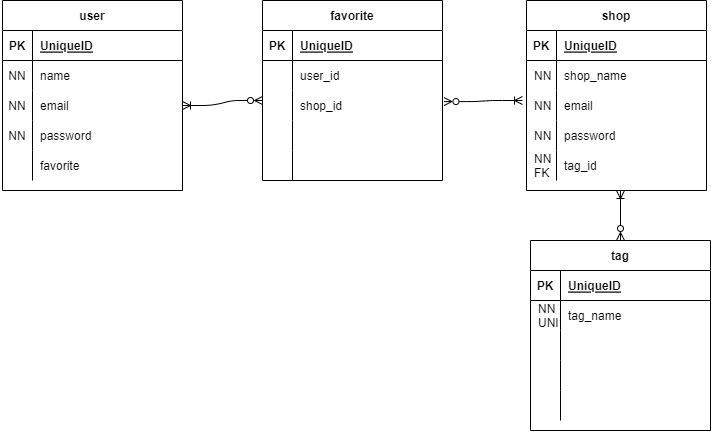
The draw.io diagram ER.dio.png in MISAKI0512/Restaurant_Reservation_Services, before a commit. Source tidied: cells renumbered, new cells last; positions are measured from the earlier drawing's top-left corner, leaving out a move shared by most shapes.
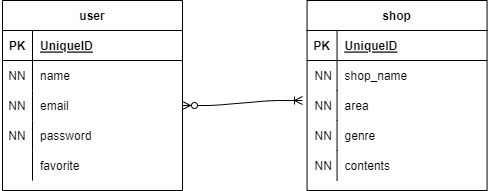
Above is the later version.

The edit, as a diff of the source:
```diff
@@ -3,7 +3,7 @@
     <mxCell id="0" />
     <mxCell id="1" parent="0" />
     <mxCell id="2" value="user" style="shape=table;startSize=30;rowLines=0;fontStyle=1;align=center;" parent="1" vertex="1">
-      <mxGeometry x="2" width="180" height="190" as="geometry" />
+      <mxGeometry x="221.4" width="180" height="190" as="geometry" />
     </mxCell>
     <mxCell id="3" style="shape=partialRectangle;fillColor=none;top=0;left=0;bottom=1;right=0;" parent="2" vertex="1">
       <mxGeometry y="30" width="180" height="30" as="geometry" />
@@ -51,7 +51,7 @@
       <mxGeometry x="30" width="150" height="30" as="geometry" />
     </mxCell>
     <mxCell id="18" style="shape=partialRectangle;fillColor=none;top=0;left=0;bottom=0;right=0;" parent="1" vertex="1">
-      <mxGeometry x="2" y="60" width="30" height="30" as="geometry" />
+      <mxGeometry x="221.4" y="60" width="30" height="30" as="geometry" />
     </mxCell>
     <mxCell id="19" style="shape=partialRectangle;fillColor=none;top=0;left=0;bottom=0;right=0;overflow=hidden;" parent="18" vertex="1">
       <mxGeometry width="5" height="30" as="geometry" />
@@ -60,10 +60,10 @@
       <mxGeometry x="-1.7" width="31.7" height="30" as="geometry" />
     </mxCell>
     <mxCell id="21" value="NN" style="shape=partialRectangle;fillColor=none;top=0;left=0;bottom=0;right=0;align=left;spacingLeft=6;overflow=hidden;" parent="1" vertex="1">
-      <mxGeometry x="0.3" y="90" width="31.7" height="30" as="geometry" />
+      <mxGeometry x="219.7" y="90" width="31.7" height="30" as="geometry" />
     </mxCell>
     <mxCell id="22" value="NN" style="shape=partialRectangle;fillColor=none;top=0;left=0;bottom=0;right=0;align=left;spacingLeft=6;overflow=hidden;" parent="1" vertex="1">
-      <mxGeometry x="0.3" y="120" width="31.7" height="30" as="geometry" />
+      <mxGeometry x="219.7" y="120" width="31.7" height="30" as="geometry" />
     </mxCell>
     <mxCell id="23" value="shop" style="shape=table;startSize=30;rowLines=0;fontStyle=1;align=center;" parent="1" vertex="1">
       <mxGeometry x="526" width="180" height="190" as="geometry" />
@@ -92,7 +92,7 @@
     <mxCell id="31" style="shape=partialRectangle;fillColor=none;top=0;left=0;bottom=0;right=0;overflow=hidden;" parent="30" vertex="1">
       <mxGeometry width="30" height="30" as="geometry" />
     </mxCell>
-    <mxCell id="32" value="email" style="shape=partialRectangle;fillColor=none;top=0;left=0;bottom=0;right=0;align=left;spacingLeft=6;overflow=hidden;" parent="30" vertex="1">
+    <mxCell id="32" value="area" style="shape=partialRectangle;fillColor=none;top=0;left=0;bottom=0;right=0;align=left;spacingLeft=6;overflow=hidden;" parent="30" vertex="1">
       <mxGeometry x="30" width="150" height="30" as="geometry" />
     </mxCell>
     <mxCell id="33" style="shape=partialRectangle;fillColor=none;top=0;left=0;bottom=0;right=0;" parent="23" vertex="1">
@@ -101,7 +101,7 @@
     <mxCell id="34" style="shape=partialRectangle;fillColor=none;top=0;left=0;bottom=0;right=0;overflow=hidden;" parent="33" vertex="1">
       <mxGeometry width="30" height="30" as="geometry" />
     </mxCell>
-    <mxCell id="35" value="password" style="shape=partialRectangle;fillColor=none;top=0;left=0;bottom=0;right=0;align=left;spacingLeft=6;overflow=hidden;" parent="33" vertex="1">
+    <mxCell id="35" value="genre" style="shape=partialRectangle;fillColor=none;top=0;left=0;bottom=0;right=0;align=left;spacingLeft=6;overflow=hidden;" parent="33" vertex="1">
       <mxGeometry x="30" width="150" height="30" as="geometry" />
     </mxCell>
     <mxCell id="36" style="shape=partialRectangle;fillColor=none;top=0;left=0;bottom=0;right=0;" parent="23" vertex="1">
@@ -110,7 +110,7 @@
     <mxCell id="37" style="shape=partialRectangle;fillColor=none;top=0;left=0;bottom=0;right=0;overflow=hidden;" parent="36" vertex="1">
       <mxGeometry width="30" height="30" as="geometry" />
     </mxCell>
-    <mxCell id="38" value="tag_id" style="shape=partialRectangle;fillColor=none;top=0;left=0;bottom=0;right=0;align=left;spacingLeft=6;overflow=hidden;" parent="36" vertex="1">
+    <mxCell id="38" value="contents" style="shape=partialRectangle;fillColor=none;top=0;left=0;bottom=0;right=0;align=left;spacingLeft=6;overflow=hidden;" parent="36" vertex="1">
       <mxGeometry x="30" width="150" height="30" as="geometry" />
     </mxCell>
     <mxCell id="39" style="shape=partialRectangle;fillColor=none;top=0;left=0;bottom=0;right=0;" parent="1" vertex="1">
@@ -128,128 +128,13 @@
     <mxCell id="43" value="NN" style="shape=partialRectangle;fillColor=none;top=0;left=0;bottom=0;right=0;align=left;spacingLeft=6;overflow=hidden;" parent="1" vertex="1">
       <mxGeometry x="526" y="120" width="31.7" height="30" as="geometry" />
     </mxCell>
-    <mxCell id="44" value="NN&#10;FK" style="shape=partialRectangle;fillColor=none;top=0;left=0;bottom=0;right=0;align=left;spacingLeft=6;overflow=hidden;" parent="1" vertex="1">
+    <mxCell id="44" value="NN" style="shape=partialRectangle;fillColor=none;top=0;left=0;bottom=0;right=0;align=left;spacingLeft=6;overflow=hidden;" parent="1" vertex="1">
       <mxGeometry x="526" y="150" width="31.7" height="30" as="geometry" />
     </mxCell>
-    <mxCell id="45" value="tag" style="shape=table;startSize=30;rowLines=0;fontStyle=1;align=center;" parent="1" vertex="1">
-      <mxGeometry x="530" y="240" width="180" height="190" as="geometry" />
-    </mxCell>
-    <mxCell id="46" style="shape=partialRectangle;fillColor=none;top=0;left=0;bottom=1;right=0;" parent="45" vertex="1">
-      <mxGeometry y="30" width="180" height="30" as="geometry" />
-    </mxCell>
-    <mxCell id="47" value="PK" style="shape=partialRectangle;fillColor=none;top=0;left=0;bottom=0;right=0;fontStyle=1;overflow=hidden;" parent="46" vertex="1">
-      <mxGeometry width="30" height="30" as="geometry" />
-    </mxCell>
-    <mxCell id="48" value="UniqueID" style="shape=partialRectangle;fillColor=none;top=0;left=0;bottom=0;right=0;align=left;spacingLeft=6;fontStyle=5;overflow=hidden;" parent="46" vertex="1">
-      <mxGeometry x="30" width="150" height="30" as="geometry" />
-    </mxCell>
-    <mxCell id="49" style="shape=partialRectangle;fillColor=none;top=0;left=0;bottom=0;right=0;" parent="45" vertex="1">
-      <mxGeometry y="60" width="180" height="30" as="geometry" />
-    </mxCell>
-    <mxCell id="50" style="shape=partialRectangle;fillColor=none;top=0;left=0;bottom=0;right=0;overflow=hidden;" parent="49" vertex="1">
-      <mxGeometry width="30" height="30" as="geometry" />
-    </mxCell>
-    <mxCell id="51" value="tag_name" style="shape=partialRectangle;fillColor=none;top=0;left=0;bottom=0;right=0;align=left;spacingLeft=6;overflow=hidden;" parent="49" vertex="1">
-      <mxGeometry x="30" width="150" height="30" as="geometry" />
-    </mxCell>
-    <mxCell id="52" style="shape=partialRectangle;fillColor=none;top=0;left=0;bottom=0;right=0;" parent="45" vertex="1">
-      <mxGeometry y="90" width="180" height="30" as="geometry" />
-    </mxCell>
-    <mxCell id="53" style="shape=partialRectangle;fillColor=none;top=0;left=0;bottom=0;right=0;overflow=hidden;" parent="52" vertex="1">
-      <mxGeometry width="30" height="30" as="geometry" />
-    </mxCell>
-    <mxCell id="54" style="shape=partialRectangle;fillColor=none;top=0;left=0;bottom=0;right=0;align=left;spacingLeft=6;overflow=hidden;" parent="52" vertex="1">
-      <mxGeometry x="30" width="150" height="30" as="geometry" />
-    </mxCell>
-    <mxCell id="55" style="shape=partialRectangle;fillColor=none;top=0;left=0;bottom=0;right=0;" parent="45" vertex="1">
-      <mxGeometry y="120" width="180" height="30" as="geometry" />
-    </mxCell>
-    <mxCell id="56" style="shape=partialRectangle;fillColor=none;top=0;left=0;bottom=0;right=0;overflow=hidden;" parent="55" vertex="1">
-      <mxGeometry width="30" height="30" as="geometry" />
-    </mxCell>
-    <mxCell id="57" style="shape=partialRectangle;fillColor=none;top=0;left=0;bottom=0;right=0;align=left;spacingLeft=6;overflow=hidden;" parent="55" vertex="1">
-      <mxGeometry x="30" width="150" height="30" as="geometry" />
-    </mxCell>
-    <mxCell id="58" style="shape=partialRectangle;fillColor=none;top=0;left=0;bottom=0;right=0;" parent="45" vertex="1">
-      <mxGeometry y="150" width="180" height="30" as="geometry" />
-    </mxCell>
-    <mxCell id="59" style="shape=partialRectangle;fillColor=none;top=0;left=0;bottom=0;right=0;overflow=hidden;" parent="58" vertex="1">
-      <mxGeometry width="30" height="30" as="geometry" />
-    </mxCell>
-    <mxCell id="60" style="shape=partialRectangle;fillColor=none;top=0;left=0;bottom=0;right=0;align=left;spacingLeft=6;overflow=hidden;" parent="58" vertex="1">
-      <mxGeometry x="30" width="150" height="30" as="geometry" />
-    </mxCell>
-    <mxCell id="61" style="shape=partialRectangle;fillColor=none;top=0;left=0;bottom=0;right=0;" parent="1" vertex="1">
-      <mxGeometry x="526" y="300" width="30" height="30" as="geometry" />
-    </mxCell>
-    <mxCell id="62" style="shape=partialRectangle;fillColor=none;top=0;left=0;bottom=0;right=0;overflow=hidden;" parent="61" vertex="1">
-      <mxGeometry width="5" height="30" as="geometry" />
-    </mxCell>
-    <mxCell id="63" value="NN&#10;UNI" style="shape=partialRectangle;fillColor=none;top=0;left=0;bottom=0;right=0;align=left;spacingLeft=6;overflow=hidden;" parent="61" vertex="1">
-      <mxGeometry x="4" width="31.7" height="30" as="geometry" />
-    </mxCell>
-    <mxCell id="64" value="favorite" style="shape=table;startSize=30;rowLines=0;fontStyle=1;align=center;" parent="1" vertex="1">
-      <mxGeometry x="262" width="180" height="180" as="geometry" />
-    </mxCell>
-    <mxCell id="65" style="shape=partialRectangle;fillColor=none;top=0;left=0;bottom=1;right=0;" parent="64" vertex="1">
-      <mxGeometry y="30" width="180" height="30" as="geometry" />
-    </mxCell>
-    <mxCell id="66" value="PK" style="shape=partialRectangle;fillColor=none;top=0;left=0;bottom=0;right=0;fontStyle=1;overflow=hidden;" parent="65" vertex="1">
-      <mxGeometry width="30" height="30" as="geometry" />
-    </mxCell>
-    <mxCell id="67" value="UniqueID" style="shape=partialRectangle;fillColor=none;top=0;left=0;bottom=0;right=0;align=left;spacingLeft=6;fontStyle=5;overflow=hidden;" parent="65" vertex="1">
-      <mxGeometry x="30" width="150" height="30" as="geometry" />
-    </mxCell>
-    <mxCell id="68" style="shape=partialRectangle;fillColor=none;top=0;left=0;bottom=0;right=0;" parent="64" vertex="1">
-      <mxGeometry y="60" width="180" height="30" as="geometry" />
-    </mxCell>
-    <mxCell id="69" style="shape=partialRectangle;fillColor=none;top=0;left=0;bottom=0;right=0;overflow=hidden;" parent="68" vertex="1">
-      <mxGeometry width="30" height="30" as="geometry" />
-    </mxCell>
-    <mxCell id="70" value="user_id" style="shape=partialRectangle;fillColor=none;top=0;left=0;bottom=0;right=0;align=left;spacingLeft=6;overflow=hidden;" parent="68" vertex="1">
-      <mxGeometry x="30" width="150" height="30" as="geometry" />
-    </mxCell>
-    <mxCell id="71" style="shape=partialRectangle;fillColor=none;top=0;left=0;bottom=0;right=0;points=[[0,0.5],[1,0.5]];portConstraint=eastwest;" parent="64" vertex="1">
-      <mxGeometry y="90" width="180" height="30" as="geometry" />
-    </mxCell>
-    <mxCell id="72" style="shape=partialRectangle;fillColor=none;top=0;left=0;bottom=0;right=0;overflow=hidden;" parent="71" vertex="1">
-      <mxGeometry width="30" height="30" as="geometry" />
-    </mxCell>
-    <mxCell id="73" value="shop_id" style="shape=partialRectangle;fillColor=none;top=0;left=0;bottom=0;right=0;align=left;spacingLeft=6;overflow=hidden;" parent="71" vertex="1">
-      <mxGeometry x="30" width="150" height="30" as="geometry" />
-    </mxCell>
-    <mxCell id="74" style="shape=partialRectangle;fillColor=none;top=0;left=0;bottom=0;right=0;" parent="64" vertex="1">
-      <mxGeometry y="120" width="180" height="30" as="geometry" />
-    </mxCell>
-    <mxCell id="75" style="shape=partialRectangle;fillColor=none;top=0;left=0;bottom=0;right=0;overflow=hidden;" parent="74" vertex="1">
-      <mxGeometry width="30" height="30" as="geometry" />
-    </mxCell>
-    <mxCell id="76" style="shape=partialRectangle;fillColor=none;top=0;left=0;bottom=0;right=0;align=left;spacingLeft=6;overflow=hidden;" parent="74" vertex="1">
-      <mxGeometry x="30" width="150" height="30" as="geometry" />
-    </mxCell>
-    <mxCell id="77" style="shape=partialRectangle;fillColor=none;top=0;left=0;bottom=0;right=0;" parent="64" vertex="1">
-      <mxGeometry y="150" width="180" height="30" as="geometry" />
-    </mxCell>
-    <mxCell id="78" style="shape=partialRectangle;fillColor=none;top=0;left=0;bottom=0;right=0;overflow=hidden;" parent="77" vertex="1">
-      <mxGeometry width="30" height="30" as="geometry" />
-    </mxCell>
-    <mxCell id="79" style="shape=partialRectangle;fillColor=none;top=0;left=0;bottom=0;right=0;align=left;spacingLeft=6;overflow=hidden;" parent="77" vertex="1">
-      <mxGeometry x="30" width="150" height="30" as="geometry" />
-    </mxCell>
-    <mxCell id="80" style="edgeStyle=entityRelationEdgeStyle;fontSize=12;html=1;endArrow=ERzeroToMany;endFill=0;exitX=1;exitY=0.5;exitDx=0;exitDy=0;startArrow=ERoneToMany;startFill=0;" parent="1" edge="1" source="9">
-      <mxGeometry relative="1" as="geometry">
-        <mxPoint x="262" y="100" as="targetPoint" />
-      </mxGeometry>
-    </mxCell>
-    <mxCell id="81" style="edgeStyle=entityRelationEdgeStyle;fontSize=12;html=1;endArrow=ERoneToMany;endFill=0;exitX=1.008;exitY=0.369;exitDx=0;exitDy=0;startArrow=ERzeroToMany;startFill=0;exitPerimeter=0;" parent="1" edge="1" source="71">
+    <mxCell id="81" style="edgeStyle=entityRelationEdgeStyle;fontSize=12;html=1;endArrow=ERoneToMany;endFill=0;exitX=1;exitY=0.5;exitDx=0;exitDy=0;startArrow=ERzeroToMany;startFill=0;" parent="1" edge="1" source="9">
       <mxGeometry relative="1" as="geometry">
-        <mxPoint x="522" y="100" as="targetPoint" />
+        <mxPoint x="521.4" y="100" as="targetPoint" />
       </mxGeometry>
     </mxCell>
-    <mxCell id="82" style="endArrow=ERoneToMany;html=1;exitX=0.5;exitY=0;exitDx=0;exitDy=0;startArrow=ERzeroToMany;startFill=0;endFill=0;" parent="1" edge="1" source="45">
-      <mxGeometry relative="1" as="geometry">
-        <mxPoint x="620" y="190" as="targetPoint" />
-      </mxGeometry>
-    </mxCell>
   </root>
 </mxGraphModel>
```
